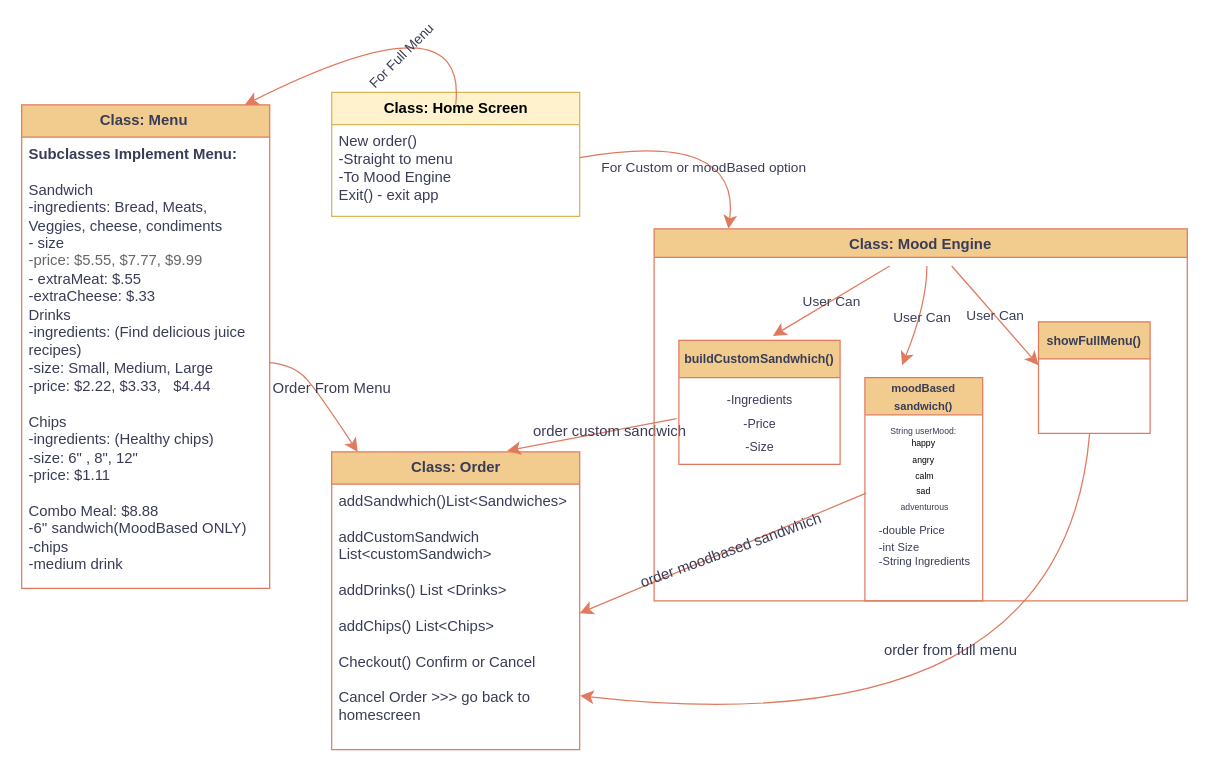
This is Design/SandwichShop.drawio from Fspike1/The-Divine-Deli, a draw.io file, before an edit. Source tidied: cells renumbered, new cells numbered last; positions are measured from the earlier drawing's top-left corner, leaving out a move shared by most shapes. Both pictures are drawn from the tidied source at 124%, with x=0, y=0 at pixel (21, -7).
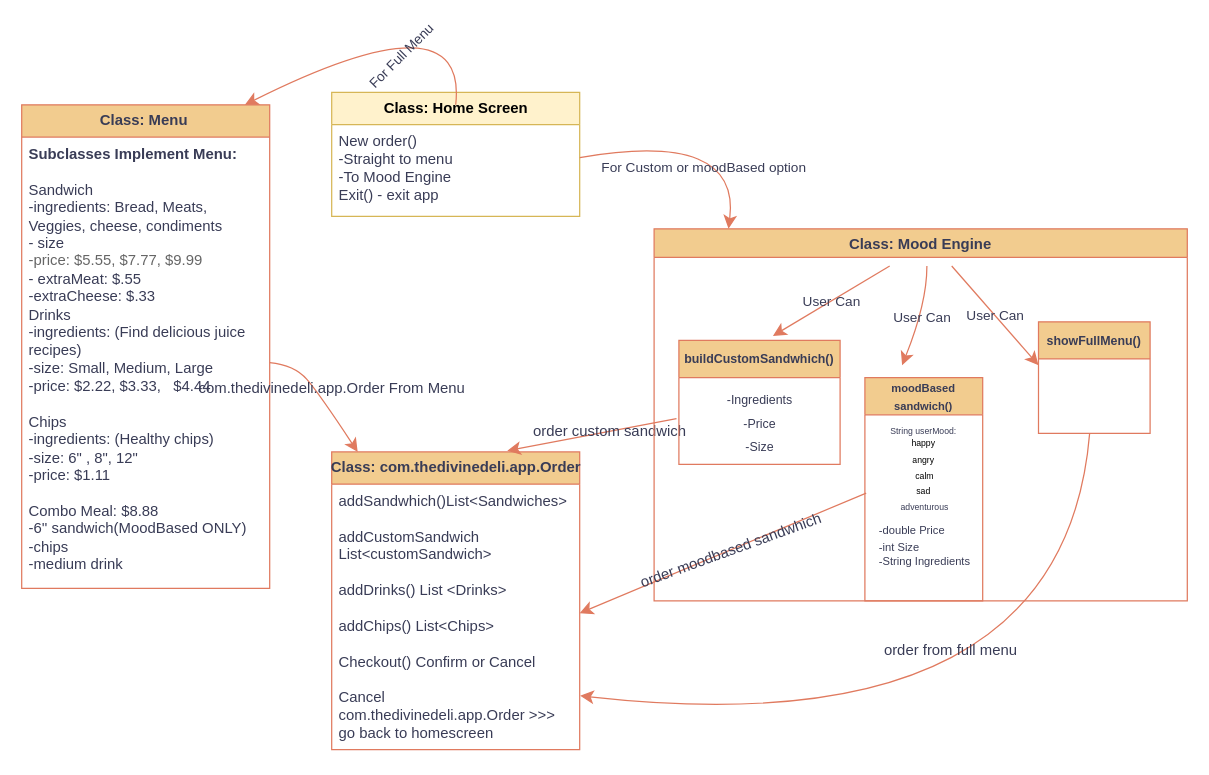
The same page after the edit.

The change refers to these unchanged cells:
```xml
<mxCell id="8" style="edgeStyle=none;curved=1;rounded=0;jettySize=auto;html=1;exitX=1;exitY=0.5;exitDx=0;exitDy=0;fontSize=12;startSize=8;endSize=8;labelBackgroundColor=none;strokeColor=#E07A5F;fontColor=default;" parent="1" edge="1" source="3" target="4">
  <mxGeometry relative="1" as="geometry">
    <Array as="points">
      <mxPoint x="220" y="300" />
      <mxPoint x="240" y="323" />
    </Array>
  </mxGeometry>
</mxCell>
```

What changed in the source:
```diff
@@
-    <mxCell id="4" value="&lt;b&gt;Class: Order&lt;/b&gt;" style="swimlane;fontStyle=0;horizontal=1;startSize=26;fillColor=#F2CC8F;html=1;strokeColor=#E07A5F;labelBackgroundColor=none;fontColor=#393C56;fillStyle=auto;" parent="1" vertex="1">
+    <mxCell id="4" value="&lt;b&gt;Class: com.thedivinedeli.app.Order&lt;/b&gt;" style="swimlane;fontStyle=0;horizontal=1;startSize=26;fillColor=#F2CC8F;html=1;strokeColor=#E07A5F;labelBackgroundColor=none;fontColor=#393C56;fillStyle=auto;" parent="1" vertex="1">
       <mxGeometry x="250" y="370" width="200" height="240" as="geometry" />
     </mxCell>
-    <mxCell id="5" value="addSandwhich()List&amp;lt;Sandwiches&amp;gt;&lt;div&gt;&lt;br&gt;&lt;/div&gt;&lt;div&gt;addCustomSandwich List&amp;lt;customSandwich&amp;gt;&lt;/div&gt;&lt;div&gt;&lt;div&gt;&lt;br&gt;&lt;/div&gt;&lt;div&gt;addDrinks() List &amp;lt;Drinks&amp;gt;&lt;/div&gt;&lt;div&gt;&lt;br&gt;&lt;/div&gt;&lt;div&gt;addChips() List&amp;lt;Chips&amp;gt;&lt;/div&gt;&lt;/div&gt;&lt;div&gt;&lt;br&gt;&lt;/div&gt;&lt;div&gt;Checkout() Confirm or Cancel&lt;/div&gt;&lt;div&gt;&lt;br&gt;&lt;/div&gt;&lt;div&gt;Cancel Order &amp;gt;&amp;gt;&amp;gt; go back to homescreen&lt;/div&gt;" style="text;strokeColor=none;fillColor=none;align=left;verticalAlign=top;spacingLeft=4;spacingRight=4;overflow=hidden;points=[[0,0.5],[1,0.5]];portConstraint=eastwest;whiteSpace=wrap;html=1;labelBackgroundColor=none;fontColor=#393C56;" parent="4" vertex="1">
+    <mxCell id="5" value="addSandwhich()List&amp;lt;Sandwiches&amp;gt;&lt;div&gt;&lt;br&gt;&lt;/div&gt;&lt;div&gt;addCustomSandwich List&amp;lt;customSandwich&amp;gt;&lt;/div&gt;&lt;div&gt;&lt;div&gt;&lt;br&gt;&lt;/div&gt;&lt;div&gt;addDrinks() List &amp;lt;Drinks&amp;gt;&lt;/div&gt;&lt;div&gt;&lt;br&gt;&lt;/div&gt;&lt;div&gt;addChips() List&amp;lt;Chips&amp;gt;&lt;/div&gt;&lt;/div&gt;&lt;div&gt;&lt;br&gt;&lt;/div&gt;&lt;div&gt;Checkout() Confirm or Cancel&lt;/div&gt;&lt;div&gt;&lt;br&gt;&lt;/div&gt;&lt;div&gt;Cancel com.thedivinedeli.app.Order &amp;gt;&amp;gt;&amp;gt; go back to homescreen&lt;/div&gt;" style="text;strokeColor=none;fillColor=none;align=left;verticalAlign=top;spacingLeft=4;spacingRight=4;overflow=hidden;points=[[0,0.5],[1,0.5]];portConstraint=eastwest;whiteSpace=wrap;html=1;labelBackgroundColor=none;fontColor=#393C56;" parent="4" vertex="1">
       <mxGeometry y="26" width="200" height="214" as="geometry" />
     </mxCell>
@@
-    <mxCell id="9" value="Order From Menu" style="edgeLabel;html=1;align=center;verticalAlign=middle;fontSize=12;labelBackgroundColor=none;fontColor=#393C56;" parent="8" vertex="1">
+    <mxCell id="9" value="com.thedivinedeli.app.Order From Menu" style="edgeLabel;html=1;align=center;verticalAlign=middle;fontSize=12;labelBackgroundColor=none;fontColor=#393C56;" parent="8" vertex="1">
       <mxGeometry x="-0.18" relative="1" as="geometry">
         <mxPoint x="14" as="offset" />
       </mxGeometry>
     </mxCell>
```
